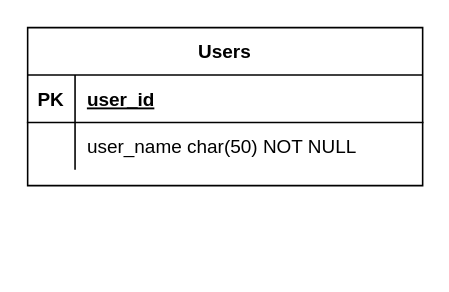
This is ER-Diagram.drawio from bhargav1997/work-flows, a draw.io file, before an edit. Source tidied: cells renumbered, new cells numbered last; positions are measured from the earlier drawing's top-left corner, leaving out a move shared by most shapes. Both pictures are drawn from the tidied source at 158%, with x=0, y=0 at pixel (27, 27).
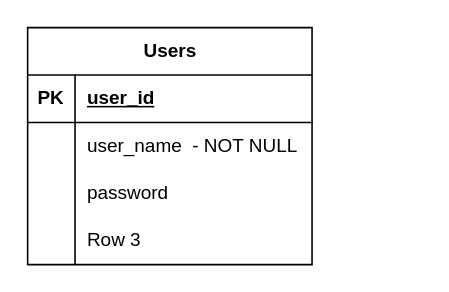
The same diagram, later.

What changed in the source:
```diff
@@
 <mxGraphModel>
   <root>
     <mxCell id="0" />
     <mxCell id="1" parent="0" />
-    <mxCell id="2" value="Users" style="shape=table;startSize=30;childLayout=tableLayout;rowLines=0;fontStyle=1;align=center;" parent="1" vertex="1">
-      <mxGeometry width="250" height="100" as="geometry" />
+    <mxCell id="2" value="Users" style="shape=table;startSize=30;childLayout=tableLayout;rowLines=0;fontStyle=1;align=center;html=1;" parent="1" vertex="1">
+      <mxGeometry width="180" height="150" as="geometry" />
     </mxCell>
-    <mxCell id="3" style="shape=partialRectangle;fillColor=none;top=0;left=0;right=0;bottom=1;" parent="2" vertex="1">
-      <mxGeometry y="30" width="250" height="30" as="geometry" />
-    </mxCell>
+    <mxCell id="9" style="shape=tableRow;horizontal=0;startSize=0;swimlaneHead=0;swimlaneBody=0;fillColor=none;top=0;left=0;right=0;bottom=1;" parent="2" vertex="1">
+      <mxGeometry y="30" width="180" height="30" as="geometry" />
+    </mxCell>
-    <mxCell id="4" value="PK" style="shape=partialRectangle;overflow=hidden;fillColor=none;top=0;left=0;bottom=0;right=0;fontStyle=1;" parent="3" vertex="1">
+    <mxCell id="4" value="PK" style="shape=partialRectangle;fillColor=none;top=0;left=0;bottom=0;right=0;fontStyle=1;overflow=hidden;whiteSpace=wrap;html=1;" parent="9" vertex="1">
       <mxGeometry width="30" height="30" as="geometry" />
     </mxCell>
-    <mxCell id="5" value="user_id" style="shape=partialRectangle;overflow=hidden;fillColor=none;top=0;left=0;bottom=0;right=0;align=left;spacingLeft=6;fontStyle=5;" parent="3" vertex="1">
-      <mxGeometry x="30" width="220" height="30" as="geometry" />
+    <mxCell id="5" value="user_id" style="shape=partialRectangle;fillColor=none;top=0;left=0;bottom=0;right=0;align=left;spacingLeft=6;fontStyle=5;overflow=hidden;whiteSpace=wrap;html=1;" parent="9" vertex="1">
+      <mxGeometry x="30" width="150" height="30" as="geometry" />
     </mxCell>
-    <mxCell id="6" style="shape=partialRectangle;fillColor=none;top=0;left=0;right=0;bottom=0;" parent="2" vertex="1">
-      <mxGeometry y="60" width="250" height="30" as="geometry" />
-    </mxCell>
-    <mxCell id="7" style="shape=partialRectangle;overflow=hidden;fillColor=none;top=0;left=0;bottom=0;right=0;" parent="6" vertex="1">
-      <mxGeometry width="30" height="30" as="geometry" />
-    </mxCell>
-    <mxCell id="8" value="user_name char(50) NOT NULL" style="shape=partialRectangle;overflow=hidden;fillColor=none;top=0;left=0;bottom=0;right=0;align=left;spacingLeft=6;" parent="6" vertex="1">
-      <mxGeometry x="30" width="220" height="30" as="geometry" />
-    </mxCell>
+    <mxCell id="10" style="shape=tableRow;horizontal=0;startSize=0;swimlaneHead=0;swimlaneBody=0;fillColor=none;top=0;left=0;right=0;bottom=0;" parent="2" vertex="1">
+      <mxGeometry y="60" width="180" height="30" as="geometry" />
+    </mxCell>
+    <mxCell id="11" style="shape=partialRectangle;fillColor=none;top=0;left=0;bottom=0;right=0;overflow=hidden;whiteSpace=wrap;html=1;" parent="10" vertex="1">
+      <mxGeometry width="30" height="30" as="geometry" />
+    </mxCell>
+    <mxCell id="12" value="user_name&amp;nbsp; - NOT NULL" style="shape=partialRectangle;fillColor=none;top=0;left=0;bottom=0;right=0;align=left;spacingLeft=6;overflow=hidden;whiteSpace=wrap;html=1;" parent="10" vertex="1">
+      <mxGeometry x="30" width="150" height="30" as="geometry" />
+    </mxCell>
+    <mxCell id="13" style="shape=tableRow;horizontal=0;startSize=0;swimlaneHead=0;swimlaneBody=0;fillColor=none;top=0;left=0;right=0;bottom=0;" parent="2" vertex="1">
+      <mxGeometry y="90" width="180" height="30" as="geometry" />
+    </mxCell>
+    <mxCell id="14" style="shape=partialRectangle;fillColor=none;top=0;left=0;bottom=0;right=0;overflow=hidden;whiteSpace=wrap;html=1;" parent="13" vertex="1">
+      <mxGeometry width="30" height="30" as="geometry" />
+    </mxCell>
+    <mxCell id="15" value="password" style="shape=partialRectangle;fillColor=none;top=0;left=0;bottom=0;right=0;align=left;spacingLeft=6;overflow=hidden;whiteSpace=wrap;html=1;" parent="13" vertex="1">
+      <mxGeometry x="30" width="150" height="30" as="geometry" />
+    </mxCell>
+    <mxCell id="16" style="shape=tableRow;horizontal=0;startSize=0;swimlaneHead=0;swimlaneBody=0;fillColor=none;top=0;left=0;right=0;bottom=0;" parent="2" vertex="1">
+      <mxGeometry y="120" width="180" height="30" as="geometry" />
+    </mxCell>
+    <mxCell id="17" style="shape=partialRectangle;fillColor=none;top=0;left=0;bottom=0;right=0;overflow=hidden;whiteSpace=wrap;html=1;" parent="16" vertex="1">
+      <mxGeometry width="30" height="30" as="geometry" />
+    </mxCell>
+    <mxCell id="18" value="Row 3" style="shape=partialRectangle;fillColor=none;top=0;left=0;bottom=0;right=0;align=left;spacingLeft=6;overflow=hidden;whiteSpace=wrap;html=1;" parent="16" vertex="1">
+      <mxGeometry x="30" width="150" height="30" as="geometry" />
+    </mxCell>
   </root>
 </mxGraphModel>
```
